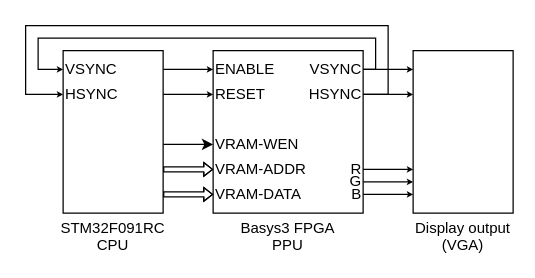
Above: page "level-1" (1 of 3) of docs/ppu.drawio in lonkaars/avans-arcade (draw.io), before the change. Source tidied: cells renumbered, new cells numbered last; positions are measured from the earlier drawing's top-left corner, leaving out a move shared by most shapes. Both pictures are drawn from the tidied source at 125%, with x=0, y=0 at pixel (25, 25).
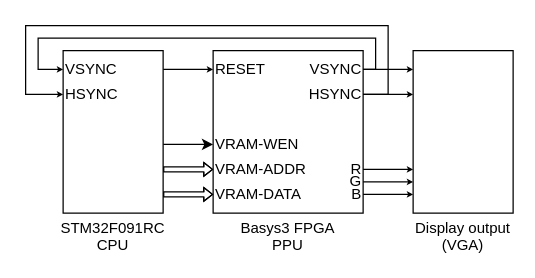
After the change.

Unchanged cells that the change refers to:
```xml
<mxCell id="7" value="STM32F091RC&lt;br&gt;CPU" style="rounded=0;whiteSpace=wrap;html=1;spacingLeft=-50;spacingRight=-50;spacing=0;labelPosition=center;verticalLabelPosition=bottom;align=center;verticalAlign=top;" parent="1" vertex="1">
  <mxGeometry x="30" y="20" width="80" height="130" as="geometry" />
</mxCell>
```

The edit, as a diff of the source:
```diff
@@
-    <mxCell id="4" style="edgeStyle=orthogonalEdgeStyle;rounded=0;jettySize=auto;html=1;endSize=2;" parent="1" edge="1" source="7" target="14">
-      <mxGeometry relative="1" as="geometry">
-        <Array as="points">
-          <mxPoint x="120" y="35" />
-          <mxPoint x="120" y="35" />
-        </Array>
-      </mxGeometry>
-    </mxCell>
     <mxCell id="5" style="edgeStyle=orthogonalEdgeStyle;rounded=0;jettySize=auto;html=1;endSize=2;" parent="1" edge="1" source="7" target="18">
       <mxGeometry relative="1" as="geometry">
         <Array as="points">
-          <mxPoint x="130" y="55" />
-          <mxPoint x="130" y="55" />
+          <mxPoint x="140" y="35" />
+          <mxPoint x="140" y="35" />
         </Array>
       </mxGeometry>
     </mxCell>
@@
-    <mxCell id="14" value="ENABLE" style="text;html=1;strokeColor=none;fillColor=none;align=left;verticalAlign=middle;whiteSpace=wrap;rounded=0;spacing=0;spacingRight=-50;spacingLeft=2;" parent="1" vertex="1">
-      <mxGeometry x="150" y="30" height="10" as="geometry" />
-    </mxCell>
@@
     <mxCell id="18" value="RESET" style="text;html=1;strokeColor=none;fillColor=none;align=left;verticalAlign=middle;whiteSpace=wrap;rounded=0;spacing=0;spacingRight=-50;spacingLeft=2;" parent="1" vertex="1">
-      <mxGeometry x="150" y="50" height="10" as="geometry" />
+      <mxGeometry x="150" y="30" height="10" as="geometry" />
     </mxCell>
```
